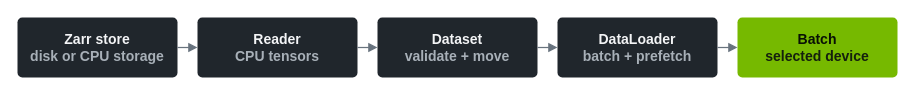
The draw.io diagram notebooks/00-core-playbook/assets/zarr-data-flow.drawio in openhackathons-org/ALCHEMI-Bootcamp, before the edit. Source tidied: cells renumbered, new cells numbered last; positions are measured from the earlier drawing's top-left corner, leaving out a move shared by most shapes. Both pictures are drawn from the tidied source at 100%, with x=0, y=0 at pixel (17, 17).
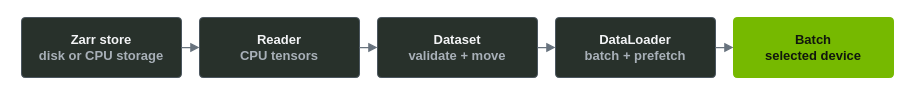
The same page after the edit.

Diff of the diagram source:
```diff
@@
 <mxGraphModel>
   <root>
     <mxCell id="0" />
     <mxCell id="1" parent="0" />
-    <mxCell id="2" value="Zarr store&lt;br&gt;&lt;font color='#A8B0B8'&gt;disk or CPU storage&lt;/font&gt;" style="rounded=1;arcSize=8;whiteSpace=wrap;html=1;fillColor=#20262C;strokeColor=none;fontColor=#F3F4F6;fontFamily=NVIDIA Sans;fontSize=14;fontStyle=1;align=center;verticalAlign=middle;" parent="1" vertex="1">
-      <mxGeometry width="160" height="60" as="geometry" />
+    <mxCell id="2" value="Zarr store&lt;br&gt;&lt;font color='#A8B0B8'&gt;disk or CPU storage&lt;/font&gt;" style="rounded=1;arcSize=6;whiteSpace=wrap;html=1;fillColor=#28312B;strokeColor=#4B565F;strokeWidth=1;fontColor=#F3F4F6;fontFamily=NVIDIA Sans;fontSize=13;fontStyle=1;align=center;verticalAlign=middle;" parent="1" vertex="1">
+      <mxGeometry x="4" width="160" height="60" as="geometry" />
     </mxCell>
-    <mxCell id="3" value="Reader&lt;br&gt;&lt;font color='#A8B0B8'&gt;CPU tensors&lt;/font&gt;" style="rounded=1;arcSize=8;whiteSpace=wrap;html=1;fillColor=#20262C;strokeColor=none;fontColor=#F3F4F6;fontFamily=NVIDIA Sans;fontSize=14;fontStyle=1;align=center;verticalAlign=middle;" parent="1" vertex="1">
-      <mxGeometry x="180" width="160" height="60" as="geometry" />
+    <mxCell id="3" value="Reader&lt;br&gt;&lt;font color='#A8B0B8'&gt;CPU tensors&lt;/font&gt;" style="rounded=1;arcSize=6;whiteSpace=wrap;html=1;fillColor=#28312B;strokeColor=#4B565F;strokeWidth=1;fontColor=#F3F4F6;fontFamily=NVIDIA Sans;fontSize=13;fontStyle=1;align=center;verticalAlign=middle;" parent="1" vertex="1">
+      <mxGeometry x="182" width="160" height="60" as="geometry" />
     </mxCell>
-    <mxCell id="4" value="Dataset&lt;br&gt;&lt;font color='#A8B0B8'&gt;validate + move&lt;/font&gt;" style="rounded=1;arcSize=8;whiteSpace=wrap;html=1;fillColor=#20262C;strokeColor=none;fontColor=#F3F4F6;fontFamily=NVIDIA Sans;fontSize=14;fontStyle=1;align=center;verticalAlign=middle;" parent="1" vertex="1">
+    <mxCell id="4" value="Dataset&lt;br&gt;&lt;font color='#A8B0B8'&gt;validate + move&lt;/font&gt;" style="rounded=1;arcSize=6;whiteSpace=wrap;html=1;fillColor=#28312B;strokeColor=#4B565F;strokeWidth=1;fontColor=#F3F4F6;fontFamily=NVIDIA Sans;fontSize=13;fontStyle=1;align=center;verticalAlign=middle;" parent="1" vertex="1">
       <mxGeometry x="360" width="160" height="60" as="geometry" />
     </mxCell>
-    <mxCell id="5" value="DataLoader&lt;br&gt;&lt;font color='#A8B0B8'&gt;batch + prefetch&lt;/font&gt;" style="rounded=1;arcSize=8;whiteSpace=wrap;html=1;fillColor=#20262C;strokeColor=none;fontColor=#F3F4F6;fontFamily=NVIDIA Sans;fontSize=14;fontStyle=1;align=center;verticalAlign=middle;" parent="1" vertex="1">
-      <mxGeometry x="540" width="160" height="60" as="geometry" />
+    <mxCell id="5" value="DataLoader&lt;br&gt;&lt;font color='#A8B0B8'&gt;batch + prefetch&lt;/font&gt;" style="rounded=1;arcSize=6;whiteSpace=wrap;html=1;fillColor=#28312B;strokeColor=#4B565F;strokeWidth=1;fontColor=#F3F4F6;fontFamily=NVIDIA Sans;fontSize=13;fontStyle=1;align=center;verticalAlign=middle;" parent="1" vertex="1">
+      <mxGeometry x="538" width="160" height="60" as="geometry" />
     </mxCell>
-    <mxCell id="6" value="Batch&lt;br&gt;&lt;font color='#15200D'&gt;selected device&lt;/font&gt;" style="rounded=1;arcSize=8;whiteSpace=wrap;html=1;fillColor=#76B900;strokeColor=none;fontColor=#081005;fontFamily=NVIDIA Sans;fontSize=14;fontStyle=1;align=center;verticalAlign=middle;" parent="1" vertex="1">
-      <mxGeometry x="720" width="160" height="60" as="geometry" />
+    <mxCell id="6" value="Batch&lt;br&gt;&lt;font color='#11170D'&gt;selected device&lt;/font&gt;" style="rounded=1;arcSize=6;whiteSpace=wrap;html=1;fillColor=#76B900;strokeColor=#76B900;strokeWidth=1;fontColor=#11170D;fontFamily=NVIDIA Sans;fontSize=13;fontStyle=1;align=center;verticalAlign=middle;" parent="1" vertex="1">
+      <mxGeometry x="716" width="160" height="60" as="geometry" />
     </mxCell>
     <mxCell id="7" style="edgeStyle=orthogonalEdgeStyle;rounded=1;strokeColor=#68737E;strokeWidth=1.25;endArrow=block;endFill=1;" parent="1" edge="1" source="2" target="3">
       <mxGeometry relative="1" as="geometry" />
     </mxCell>
     <mxCell id="8" style="edgeStyle=orthogonalEdgeStyle;rounded=1;strokeColor=#68737E;strokeWidth=1.25;endArrow=block;endFill=1;" parent="1" edge="1" source="3" target="4">
       <mxGeometry relative="1" as="geometry" />
     </mxCell>
     <mxCell id="9" style="edgeStyle=orthogonalEdgeStyle;rounded=1;strokeColor=#68737E;strokeWidth=1.25;endArrow=block;endFill=1;" parent="1" edge="1" source="4" target="5">
       <mxGeometry relative="1" as="geometry" />
     </mxCell>
     <mxCell id="10" style="edgeStyle=orthogonalEdgeStyle;rounded=1;strokeColor=#68737E;strokeWidth=1.25;endArrow=block;endFill=1;" parent="1" edge="1" source="5" target="6">
       <mxGeometry relative="1" as="geometry" />
     </mxCell>
   </root>
 </mxGraphModel>
```
